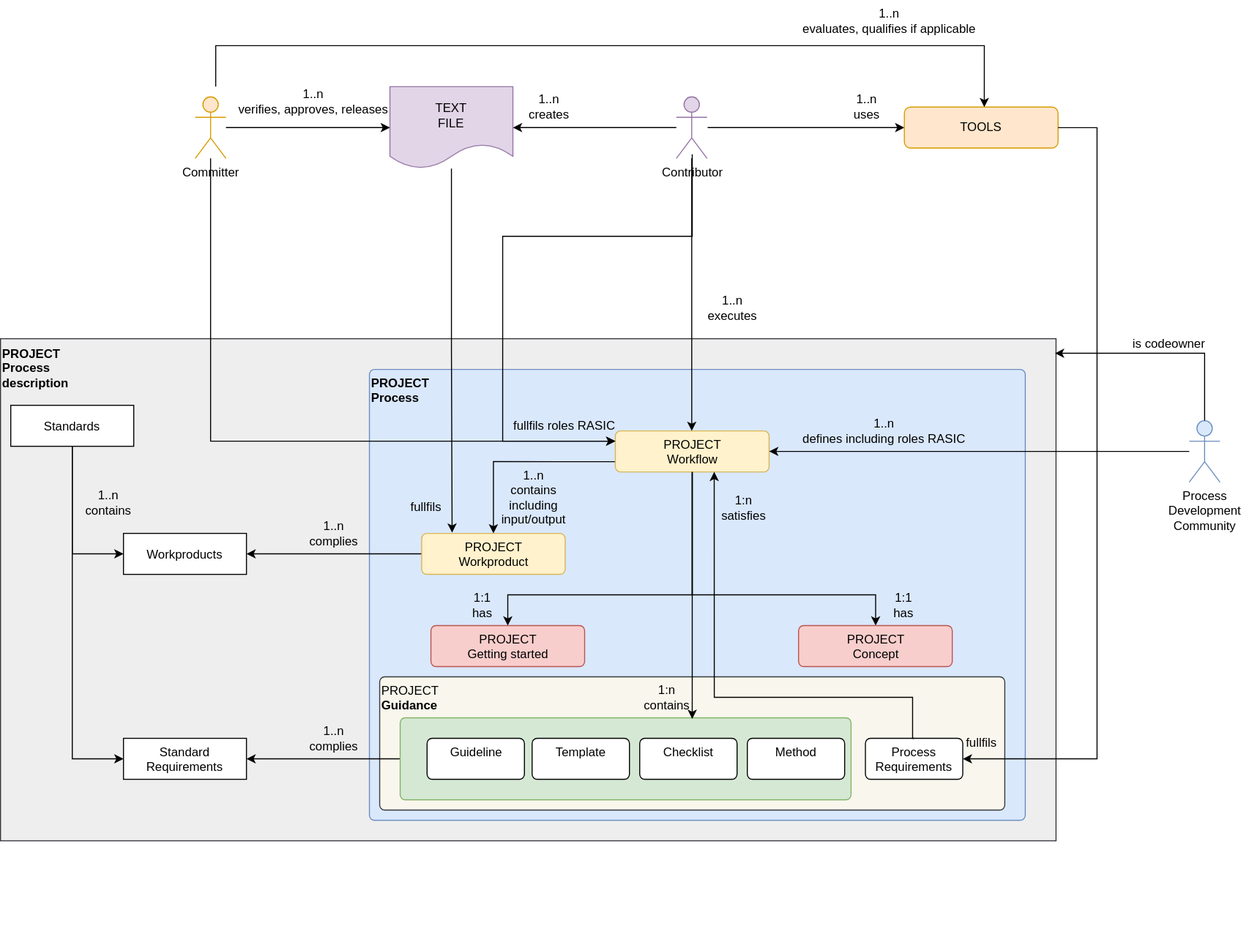
The draw.io diagram process/introduction/_assets/score_process_model.drawio.svg in qorix-group/process_description, before a commit. Source tidied: cells renumbered, new cells last; positions are measured from the earlier drawing's top-left corner, leaving out a move shared by most shapes. Source of this version:
```xml
<mxGraphModel>
  <root>
    <mxCell id="0" />
    <mxCell id="1" parent="0" />
    <mxCell id="2" value="&lt;br&gt;&lt;br&gt;&lt;br&gt;&lt;br&gt;&lt;br&gt;&lt;br&gt;&lt;br&gt;&lt;br&gt;&lt;span style=&quot;text-align: center;&quot;&gt;PROJECT&lt;/span&gt;&lt;br&gt;Process &lt;br&gt;description&lt;br&gt;&lt;br&gt;&lt;br&gt;&lt;br&gt;&lt;br&gt;&lt;br&gt;&lt;br&gt;&lt;br&gt;&lt;br&gt;&lt;br&gt;&lt;br&gt;&lt;br&gt;&lt;br&gt;&lt;br&gt;&lt;br&gt;&lt;br&gt;&lt;br&gt;&lt;br&gt;&lt;br&gt;&lt;br&gt;&lt;br&gt;&lt;br&gt;&lt;br&gt;&lt;br&gt;&lt;br&gt;&lt;br&gt;&lt;br&gt;&lt;br&gt;&lt;br&gt;&lt;br&gt;&lt;br&gt;&lt;br&gt;&lt;br&gt;&lt;br&gt;&lt;br&gt;&lt;br&gt;&lt;br&gt;&lt;br&gt;&lt;div style=&quot;&quot;&gt;&lt;br&gt;&lt;/div&gt;" style="rounded=0;whiteSpace=wrap;html=1;align=left;fontStyle=1;fillColor=#eeeeee;strokeColor=#36393d;" parent="1" vertex="1">
      <mxGeometry y="330" width="1030" height="490" as="geometry" />
    </mxCell>
    <mxCell id="3" value="PROJECT&lt;br&gt;Process" style="html=1;align=left;verticalAlign=top;rounded=1;absoluteArcSize=1;arcSize=10;dashed=0;fillColor=#dae8fc;strokeColor=#6c8ebf;fontStyle=1;" parent="1" vertex="1">
      <mxGeometry x="360" y="360" width="640" height="440" as="geometry" />
    </mxCell>
    <mxCell id="4" style="edgeStyle=orthogonalEdgeStyle;rounded=0;jettySize=auto;html=1;entryX=0;entryY=0.5;entryDx=0;entryDy=0;" parent="1" edge="1" source="6" target="7">
      <mxGeometry relative="1" as="geometry" />
    </mxCell>
    <mxCell id="5" style="edgeStyle=orthogonalEdgeStyle;rounded=0;jettySize=auto;html=1;entryX=0;entryY=0.5;entryDx=0;entryDy=0;" parent="1" edge="1" source="6" target="8">
      <mxGeometry relative="1" as="geometry" />
    </mxCell>
    <mxCell id="6" value="Standards" style="fontStyle=0;" parent="1" vertex="1">
      <mxGeometry x="10" y="395" width="120" height="40" as="geometry" />
    </mxCell>
    <mxCell id="7" value="Standard&#10;Requirements" style="fontStyle=0;" parent="1" vertex="1">
      <mxGeometry x="120" y="720" width="120" height="40" as="geometry" />
    </mxCell>
    <mxCell id="8" value="Workproducts" style="fontStyle=0;" parent="1" vertex="1">
      <mxGeometry x="120" y="520" width="120" height="40" as="geometry" />
    </mxCell>
    <mxCell id="9" value="1..n&lt;br&gt;contains" style="text;html=1;align=center;verticalAlign=middle;strokeColor=none;fillColor=none;" parent="1" vertex="1">
      <mxGeometry x="70" y="470" width="70" height="40" as="geometry" />
    </mxCell>
    <mxCell id="10" style="edgeStyle=orthogonalEdgeStyle;rounded=0;jettySize=auto;html=1;entryX=0.5;entryY=0;entryDx=0;entryDy=0;startArrow=none;startFill=0;endArrow=classic;endFill=1;exitX=0;exitY=0.75;exitDx=0;exitDy=0;" parent="1" edge="1" source="13" target="17">
      <mxGeometry relative="1" as="geometry">
        <Array as="points">
          <mxPoint x="481" y="450" />
        </Array>
      </mxGeometry>
    </mxCell>
    <mxCell id="11" style="edgeStyle=orthogonalEdgeStyle;rounded=0;jettySize=auto;html=1;startArrow=none;startFill=0;endArrow=classic;endFill=1;" parent="1" edge="1" source="13" target="44">
      <mxGeometry relative="1" as="geometry">
        <Array as="points">
          <mxPoint x="675" y="580" />
          <mxPoint x="854" y="580" />
        </Array>
      </mxGeometry>
    </mxCell>
    <mxCell id="12" style="edgeStyle=orthogonalEdgeStyle;rounded=0;jettySize=auto;html=1;entryX=0.5;entryY=0;entryDx=0;entryDy=0;startArrow=none;startFill=0;endArrow=classic;endFill=1;" parent="1" edge="1" source="13" target="45">
      <mxGeometry relative="1" as="geometry">
        <Array as="points">
          <mxPoint x="675" y="580" />
          <mxPoint x="495" y="580" />
        </Array>
      </mxGeometry>
    </mxCell>
    <mxCell id="13" value="PROJECT&lt;br&gt;Workflow" style="html=1;align=center;verticalAlign=top;rounded=1;absoluteArcSize=1;arcSize=10;dashed=0;fillColor=#fff2cc;strokeColor=#d6b656;" parent="1" vertex="1">
      <mxGeometry x="600" y="420" width="150" height="40" as="geometry" />
    </mxCell>
    <mxCell id="14" style="edgeStyle=orthogonalEdgeStyle;rounded=0;jettySize=auto;html=1;entryX=1;entryY=0.5;entryDx=0;entryDy=0;endArrow=classic;endFill=1;startArrow=none;startFill=0;" parent="1" edge="1" source="15" target="13">
      <mxGeometry relative="1" as="geometry" />
    </mxCell>
    <mxCell id="15" value="Process&lt;br&gt;Development&lt;br&gt;Community" style="shape=umlActor;verticalLabelPosition=bottom;verticalAlign=top;html=1;outlineConnect=0;fillColor=#dae8fc;strokeColor=#6c8ebf;" parent="1" vertex="1">
      <mxGeometry x="1160" y="410" width="30" height="60" as="geometry" />
    </mxCell>
    <mxCell id="16" style="edgeStyle=orthogonalEdgeStyle;rounded=0;jettySize=auto;html=1;" parent="1" edge="1" source="17" target="8">
      <mxGeometry relative="1" as="geometry" />
    </mxCell>
    <mxCell id="17" value="PROJECT&lt;br&gt;Workproduct" style="html=1;align=center;verticalAlign=top;rounded=1;absoluteArcSize=1;arcSize=10;dashed=0;fillColor=#fff2cc;strokeColor=#d6b656;" parent="1" vertex="1">
      <mxGeometry x="411" y="520" width="140" height="40" as="geometry" />
    </mxCell>
    <mxCell id="18" value="1..n&lt;br&gt;complies" style="text;html=1;align=center;verticalAlign=middle;strokeColor=none;fillColor=none;" parent="1" vertex="1">
      <mxGeometry x="290" y="500" width="70" height="40" as="geometry" />
    </mxCell>
    <mxCell id="19" value="1..n&lt;br&gt;verifies, approves, releases" style="text;html=1;align=center;verticalAlign=middle;strokeColor=none;fillColor=none;" parent="1" vertex="1">
      <mxGeometry x="220" y="79" width="170" height="40" as="geometry" />
    </mxCell>
    <mxCell id="20" value="&lt;span style=&quot;text-align: center;&quot;&gt;PROJECT&lt;/span&gt;&lt;b&gt;&lt;br&gt;Guidance&lt;/b&gt;" style="html=1;align=left;verticalAlign=top;rounded=1;absoluteArcSize=1;arcSize=10;dashed=0;fillColor=#f9f7ed;strokeColor=#36393d;" parent="1" vertex="1">
      <mxGeometry x="370" y="660" width="610" height="130" as="geometry" />
    </mxCell>
    <mxCell id="21" style="edgeStyle=orthogonalEdgeStyle;rounded=0;jettySize=auto;html=1;entryX=1;entryY=0.5;entryDx=0;entryDy=0;exitX=0;exitY=0.5;exitDx=0;exitDy=0;" parent="1" edge="1" source="46" target="7">
      <mxGeometry relative="1" as="geometry" />
    </mxCell>
    <mxCell id="22" value="1..n&lt;br&gt;complies" style="text;html=1;align=center;verticalAlign=middle;strokeColor=none;fillColor=none;" parent="1" vertex="1">
      <mxGeometry x="290" y="700" width="70" height="40" as="geometry" />
    </mxCell>
    <mxCell id="23" value="1:1&lt;br&gt;has" style="text;html=1;align=center;verticalAlign=middle;strokeColor=none;fillColor=none;" parent="1" vertex="1">
      <mxGeometry x="450" y="570" width="40" height="40" as="geometry" />
    </mxCell>
    <mxCell id="24" style="edgeStyle=orthogonalEdgeStyle;rounded=0;jettySize=auto;html=1;" parent="1" edge="1" source="28" target="13">
      <mxGeometry relative="1" as="geometry">
        <Array as="points">
          <mxPoint x="675" y="290" />
          <mxPoint x="675" y="290" />
        </Array>
      </mxGeometry>
    </mxCell>
    <mxCell id="25" style="edgeStyle=orthogonalEdgeStyle;rounded=0;jettySize=auto;html=1;entryX=0.212;entryY=-0.018;entryDx=0;entryDy=0;entryPerimeter=0;" parent="1" edge="1" source="26" target="17">
      <mxGeometry relative="1" as="geometry" />
    </mxCell>
    <mxCell id="26" value="TEXT&lt;br&gt;FILE" style="shape=document;whiteSpace=wrap;html=1;boundedLbl=1;fillColor=#e1d5e7;strokeColor=#9673a6;" parent="1" vertex="1">
      <mxGeometry x="380" y="84" width="120" height="80" as="geometry" />
    </mxCell>
    <mxCell id="27" style="edgeStyle=orthogonalEdgeStyle;rounded=0;jettySize=auto;html=1;" parent="1" edge="1" source="28" target="26">
      <mxGeometry relative="1" as="geometry" />
    </mxCell>
    <mxCell id="28" value="Contributor" style="shape=umlActor;verticalLabelPosition=bottom;verticalAlign=top;html=1;outlineConnect=0;fillColor=#e1d5e7;strokeColor=#9673a6;" parent="1" vertex="1">
      <mxGeometry x="659.5" y="94" width="30" height="60" as="geometry" />
    </mxCell>
    <mxCell id="29" value="1..n&lt;br&gt;executes" style="text;html=1;align=center;verticalAlign=middle;strokeColor=none;fillColor=none;" parent="1" vertex="1">
      <mxGeometry x="678.8" y="280" width="70" height="40" as="geometry" />
    </mxCell>
    <mxCell id="30" style="edgeStyle=orthogonalEdgeStyle;rounded=0;jettySize=auto;html=1;entryX=0;entryY=0.5;entryDx=0;entryDy=0;" parent="1" edge="1" target="35">
      <mxGeometry relative="1" as="geometry">
        <mxPoint x="690" y="124" as="sourcePoint" />
      </mxGeometry>
    </mxCell>
    <mxCell id="31" value="1..n&lt;br&gt;creates" style="text;html=1;align=center;verticalAlign=middle;strokeColor=none;fillColor=none;" parent="1" vertex="1">
      <mxGeometry x="505" y="84" width="60" height="40" as="geometry" />
    </mxCell>
    <mxCell id="32" value="1..n&lt;br&gt;uses" style="text;html=1;align=center;verticalAlign=middle;strokeColor=none;fillColor=none;" parent="1" vertex="1">
      <mxGeometry x="820" y="84" width="50" height="40" as="geometry" />
    </mxCell>
    <mxCell id="33" value="1..n&lt;br&gt;defines including roles RASIC" style="text;html=1;align=center;verticalAlign=middle;strokeColor=none;fillColor=none;" parent="1" vertex="1">
      <mxGeometry x="772" y="400" width="180" height="40" as="geometry" />
    </mxCell>
    <mxCell id="34" style="edgeStyle=orthogonalEdgeStyle;rounded=0;jettySize=auto;html=1;startArrow=none;startFill=0;endArrow=classic;endFill=1;" parent="1" edge="1" source="39" target="26">
      <mxGeometry relative="1" as="geometry" />
    </mxCell>
    <mxCell id="35" value="TOOLS" style="rounded=1;whiteSpace=wrap;html=1;align=center;fillColor=#ffe6cc;strokeColor=#d79b00;" parent="1" vertex="1">
      <mxGeometry x="882" y="104" width="150" height="40" as="geometry" />
    </mxCell>
    <mxCell id="36" value="fullfils" style="text;html=1;align=center;verticalAlign=middle;strokeColor=none;fillColor=none;" parent="1" vertex="1">
      <mxGeometry x="932" y="710" width="50" height="30" as="geometry" />
    </mxCell>
    <mxCell id="37" style="edgeStyle=orthogonalEdgeStyle;rounded=0;orthogonalLoop=1;jettySize=auto;html=1;endArrow=classic;endFill=1;startArrow=none;startFill=0;" parent="1" edge="1">
      <mxGeometry relative="1" as="geometry">
        <mxPoint x="210" y="84" as="sourcePoint" />
        <mxPoint x="960" y="104" as="targetPoint" />
        <Array as="points">
          <mxPoint x="210" y="44" />
          <mxPoint x="960" y="44" />
        </Array>
      </mxGeometry>
    </mxCell>
    <mxCell id="38" value="1..n&lt;br&gt;evaluates, qualifies if applicable" style="text;html=1;align=center;verticalAlign=middle;strokeColor=none;fillColor=none;" parent="1" vertex="1">
      <mxGeometry x="772" width="190" height="40" as="geometry" />
    </mxCell>
    <mxCell id="39" value="Committer" style="shape=umlActor;verticalLabelPosition=bottom;verticalAlign=top;html=1;outlineConnect=0;fillColor=#ffe6cc;strokeColor=#d79b00;" parent="1" vertex="1">
      <mxGeometry x="190" y="94" width="30" height="60" as="geometry" />
    </mxCell>
    <mxCell id="40" style="edgeStyle=orthogonalEdgeStyle;rounded=0;jettySize=auto;html=1;startArrow=none;startFill=0;endArrow=classic;endFill=1;entryX=0;entryY=0.25;entryDx=0;entryDy=0;" parent="1" edge="1" source="39" target="13">
      <mxGeometry relative="1" as="geometry">
        <Array as="points">
          <mxPoint x="205" y="430" />
        </Array>
      </mxGeometry>
    </mxCell>
    <mxCell id="41" value="fullfils" style="text;html=1;align=center;verticalAlign=middle;strokeColor=none;fillColor=none;" parent="1" vertex="1">
      <mxGeometry x="390" y="480" width="50" height="30" as="geometry" />
    </mxCell>
    <mxCell id="42" value="fullfils roles RASIC" style="text;html=1;align=center;verticalAlign=middle;strokeColor=none;fillColor=none;" parent="1" vertex="1">
      <mxGeometry x="490" y="400" width="120" height="30" as="geometry" />
    </mxCell>
    <mxCell id="43" style="edgeStyle=orthogonalEdgeStyle;rounded=0;jettySize=auto;html=1;entryX=0;entryY=0.25;entryDx=0;entryDy=0;" parent="1" edge="1" target="13">
      <mxGeometry relative="1" as="geometry">
        <mxPoint x="675" y="150" as="sourcePoint" />
        <Array as="points">
          <mxPoint x="675" y="230" />
          <mxPoint x="490" y="230" />
          <mxPoint x="490" y="430" />
        </Array>
      </mxGeometry>
    </mxCell>
    <mxCell id="44" value="PROJECT&lt;br&gt;Concept" style="html=1;align=center;verticalAlign=top;rounded=1;absoluteArcSize=1;arcSize=10;dashed=0;fillColor=#f8cecc;strokeColor=#b85450;" parent="1" vertex="1">
      <mxGeometry x="778.8" y="610" width="150" height="40" as="geometry" />
    </mxCell>
    <mxCell id="45" value="PROJECT&lt;br&gt;Getting started" style="html=1;align=center;verticalAlign=top;rounded=1;absoluteArcSize=1;arcSize=10;dashed=0;fillColor=#f8cecc;strokeColor=#b85450;" parent="1" vertex="1">
      <mxGeometry x="420" y="610" width="150" height="40" as="geometry" />
    </mxCell>
    <mxCell id="46" style="html=1;align=center;verticalAlign=top;rounded=1;absoluteArcSize=1;arcSize=10;dashed=0;fillColor=#d5e8d4;strokeColor=#82b366;" parent="1" vertex="1">
      <mxGeometry x="390" y="700" width="440" height="80" as="geometry" />
    </mxCell>
    <mxCell id="47" value="Method" style="html=1;align=center;verticalAlign=top;rounded=1;absoluteArcSize=1;arcSize=10;dashed=0;" parent="1" vertex="1">
      <mxGeometry x="728.8" y="720" width="95" height="40" as="geometry" />
    </mxCell>
    <mxCell id="48" value="Process&lt;br&gt;Requirements" style="html=1;align=center;verticalAlign=top;rounded=1;absoluteArcSize=1;arcSize=10;dashed=0;" parent="1" vertex="1">
      <mxGeometry x="844" y="720" width="95" height="40" as="geometry" />
    </mxCell>
    <mxCell id="49" style="edgeStyle=orthogonalEdgeStyle;rounded=0;jettySize=auto;html=1;entryX=1;entryY=0.5;entryDx=0;entryDy=0;startArrow=none;startFill=0;endArrow=classic;endFill=1;" parent="1" edge="1" source="35" target="48">
      <mxGeometry relative="1" as="geometry">
        <Array as="points">
          <mxPoint x="1070" y="124" />
          <mxPoint x="1070" y="740" />
        </Array>
      </mxGeometry>
    </mxCell>
    <mxCell id="50" value="Checklist" style="html=1;align=center;verticalAlign=top;rounded=1;absoluteArcSize=1;arcSize=10;dashed=0;" parent="1" vertex="1">
      <mxGeometry x="623.8" y="720" width="95" height="40" as="geometry" />
    </mxCell>
    <mxCell id="51" value="Template" style="html=1;align=center;verticalAlign=top;rounded=1;absoluteArcSize=1;arcSize=10;dashed=0;" parent="1" vertex="1">
      <mxGeometry x="518.8" y="720" width="95" height="40" as="geometry" />
    </mxCell>
    <mxCell id="52" value="Guideline" style="html=1;align=center;verticalAlign=top;rounded=1;absoluteArcSize=1;arcSize=10;dashed=0;" parent="1" vertex="1">
      <mxGeometry x="416.2" y="720" width="95" height="40" as="geometry" />
    </mxCell>
    <mxCell id="53" style="edgeStyle=orthogonalEdgeStyle;rounded=0;jettySize=auto;html=1;entryX=0.999;entryY=0.029;entryDx=0;entryDy=0;endArrow=classic;endFill=1;startArrow=none;startFill=0;entryPerimeter=0;exitX=0.5;exitY=0;exitDx=0;exitDy=0;exitPerimeter=0;" parent="1" edge="1" source="15" target="2">
      <mxGeometry relative="1" as="geometry">
        <Array as="points">
          <mxPoint x="1175" y="344" />
        </Array>
      </mxGeometry>
    </mxCell>
    <mxCell id="54" value="is codeowner" style="text;html=1;align=center;verticalAlign=middle;strokeColor=none;fillColor=none;" parent="1" vertex="1">
      <mxGeometry x="1095" y="320" width="90" height="30" as="geometry" />
    </mxCell>
    <mxCell id="55" style="edgeStyle=orthogonalEdgeStyle;rounded=0;jettySize=auto;html=1;exitX=0.5;exitY=1;exitDx=0;exitDy=0;" parent="1" edge="1" source="13">
      <mxGeometry relative="1" as="geometry">
        <mxPoint x="675" y="701" as="targetPoint" />
        <Array as="points">
          <mxPoint x="675" y="701" />
        </Array>
      </mxGeometry>
    </mxCell>
    <mxCell id="56" value="1..n&lt;br&gt;contains&lt;br&gt;including &lt;br&gt;input/output" style="text;html=1;align=center;verticalAlign=middle;strokeColor=none;fillColor=none;" parent="1" vertex="1">
      <mxGeometry x="475" y="450" width="90" height="70" as="geometry" />
    </mxCell>
    <mxCell id="57" value="1:1&lt;br&gt;has" style="text;html=1;align=center;verticalAlign=middle;strokeColor=none;fillColor=none;" parent="1" vertex="1">
      <mxGeometry x="861.2" y="570" width="40" height="40" as="geometry" />
    </mxCell>
    <mxCell id="58" value="1:n&lt;br&gt;contains" style="text;html=1;align=center;verticalAlign=middle;strokeColor=none;fillColor=none;" parent="1" vertex="1">
      <mxGeometry x="615" y="660" width="70" height="40" as="geometry" />
    </mxCell>
    <mxCell id="59" style="edgeStyle=orthogonalEdgeStyle;rounded=0;jettySize=auto;html=1;exitX=0.5;exitY=0;exitDx=0;exitDy=0;entryX=0.643;entryY=0.999;entryDx=0;entryDy=0;entryPerimeter=0;" parent="1" edge="1" source="48" target="13">
      <mxGeometry relative="1" as="geometry">
        <Array as="points">
          <mxPoint x="890" y="720" />
          <mxPoint x="890" y="680" />
          <mxPoint x="697" y="680" />
        </Array>
      </mxGeometry>
    </mxCell>
    <mxCell id="60" value="1:n&lt;br&gt;satisfies" style="text;html=1;align=center;verticalAlign=middle;strokeColor=none;fillColor=none;" parent="1" vertex="1">
      <mxGeometry x="689.5" y="475" width="70" height="40" as="geometry" />
    </mxCell>
  </root>
</mxGraphModel>
```
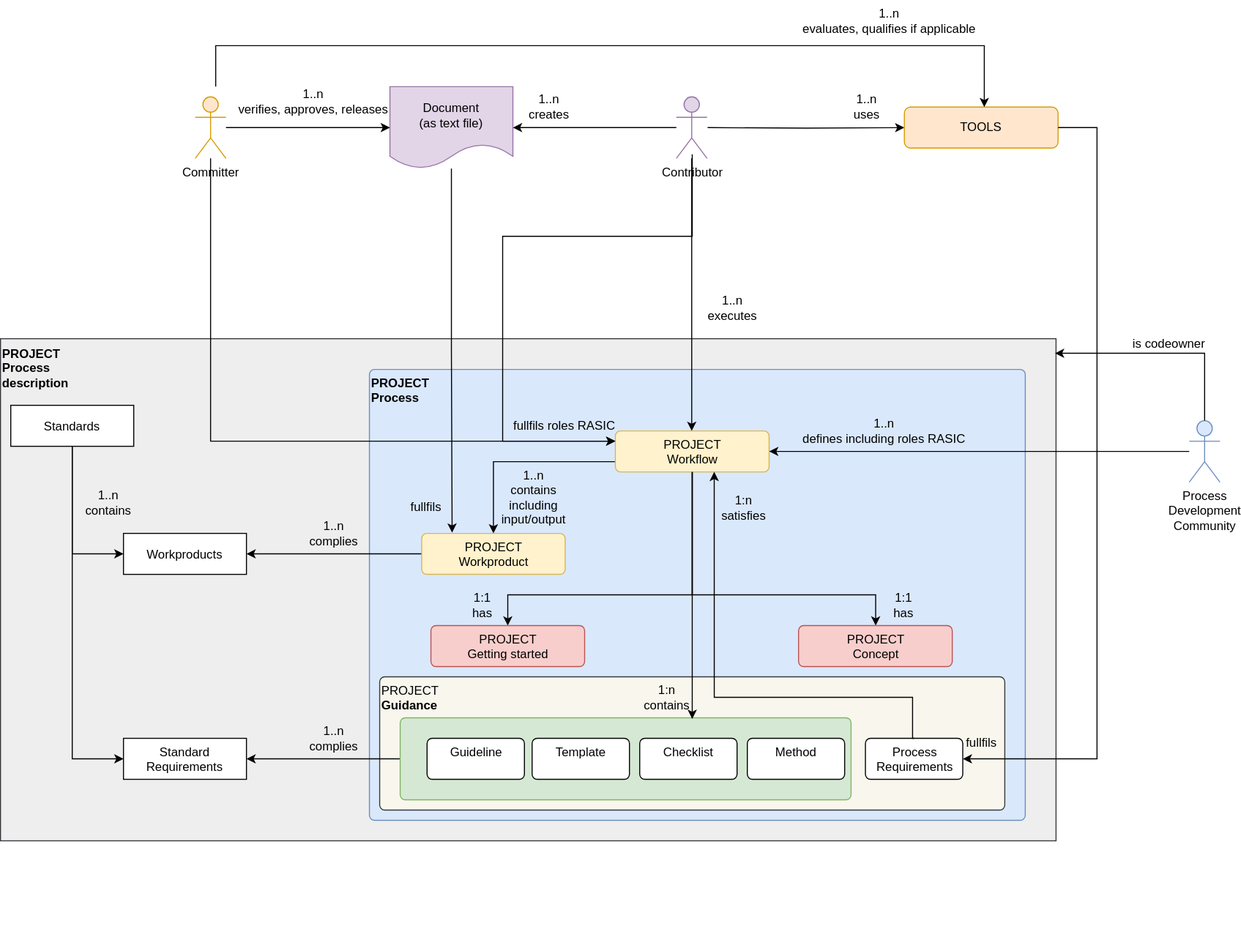
The same file after the commit.

Commit message:
process introduction explanation

The edit, as a diff of the source:
```diff
@@ -93,7 +93,7 @@
     <mxCell id="25" style="edgeStyle=orthogonalEdgeStyle;rounded=0;jettySize=auto;html=1;entryX=0.212;entryY=-0.018;entryDx=0;entryDy=0;entryPerimeter=0;" parent="1" edge="1" source="26" target="17">
       <mxGeometry relative="1" as="geometry" />
     </mxCell>
-    <mxCell id="26" value="TEXT&lt;br&gt;FILE" style="shape=document;whiteSpace=wrap;html=1;boundedLbl=1;fillColor=#e1d5e7;strokeColor=#9673a6;" parent="1" vertex="1">
+    <mxCell id="26" value="Document&lt;br&gt;(as text file)" style="shape=document;whiteSpace=wrap;html=1;boundedLbl=1;fillColor=#e1d5e7;strokeColor=#9673a6;" parent="1" vertex="1">
       <mxGeometry x="380" y="84" width="120" height="80" as="geometry" />
     </mxCell>
     <mxCell id="27" style="edgeStyle=orthogonalEdgeStyle;rounded=0;jettySize=auto;html=1;" parent="1" edge="1" source="28" target="26">
```
